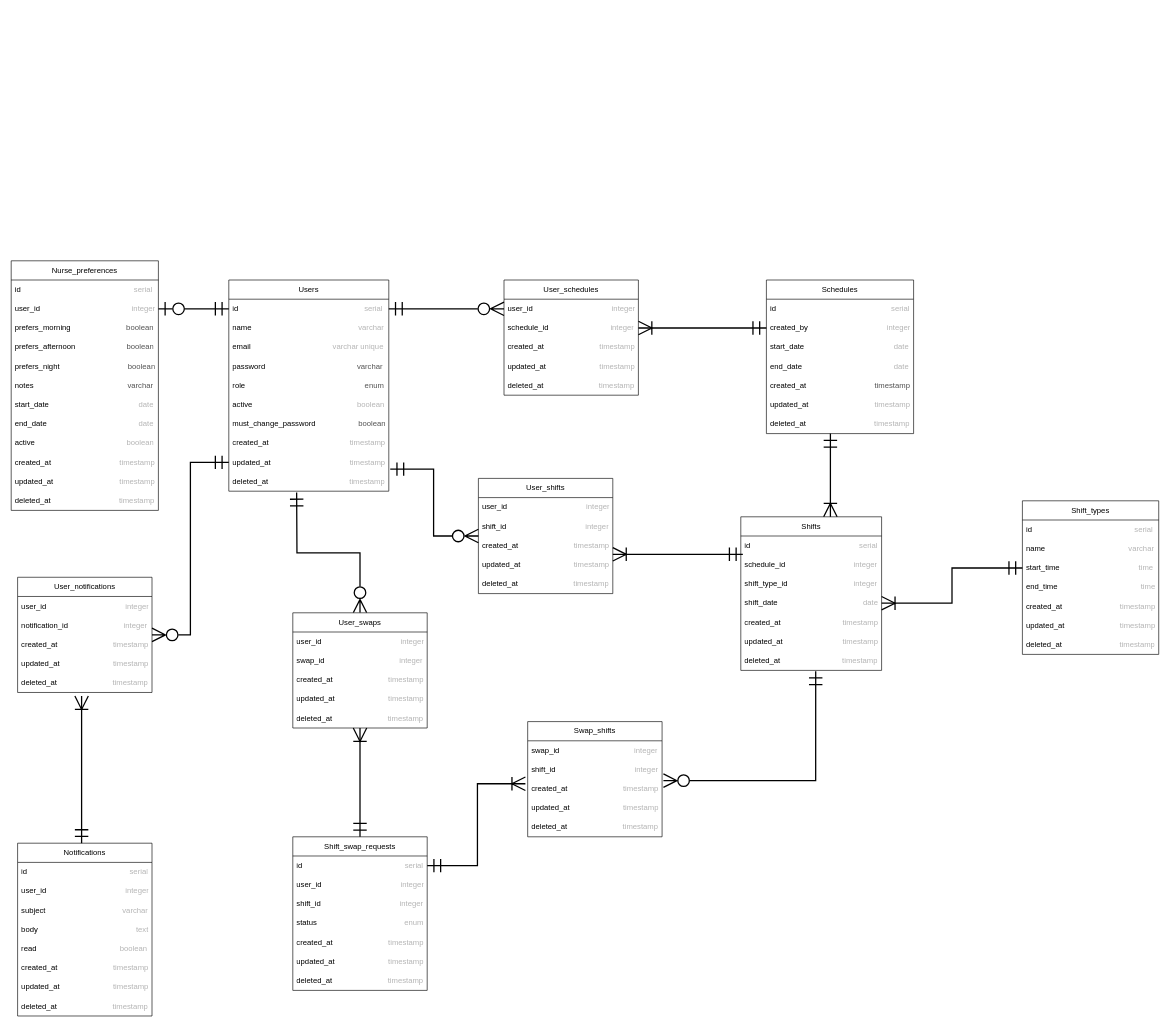
Above: BD PI.drawio in isa17santos/pi-GestaoHorarios-Enfermagem (draw.io), before the change. Source tidied: cells renumbered, new cells numbered last; positions are measured from the earlier drawing's top-left corner, leaving out a move shared by most shapes. Both pictures are drawn from the tidied source at 64%, with x=0, y=0 at pixel (11, 260).
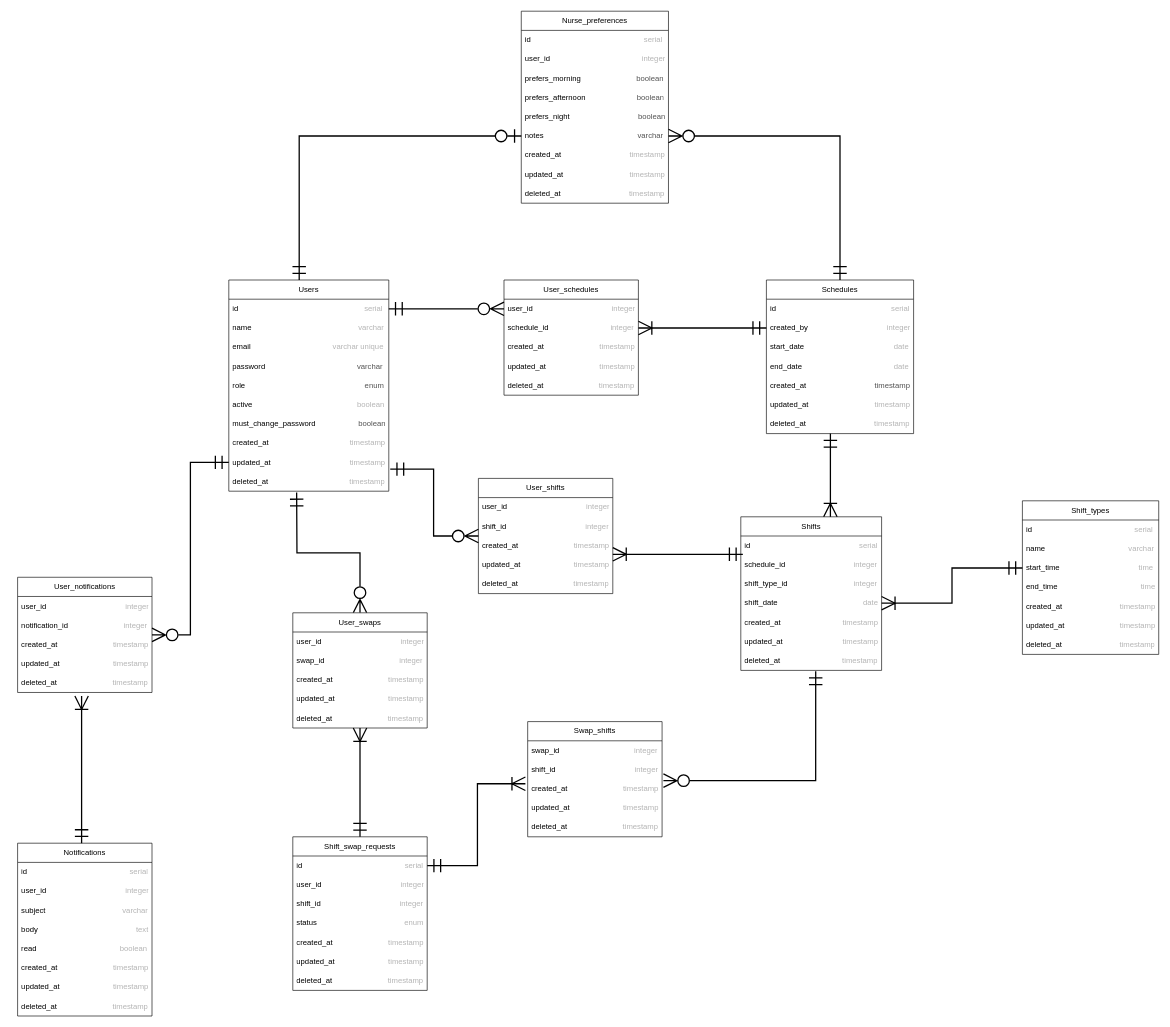
Above is the later version.

Commit message:
PROJ-16 Correcao BD

Unchanged cells that the change refers to:
```xml
<mxCell id="2" value="Users" style="swimlane;fontStyle=0;horizontal=1;startSize=30;whiteSpace=wrap;html=1;direction=east;" parent="1" vertex="1">
  <mxGeometry x="340" y="30" width="250" height="330" as="geometry" />
</mxCell>
<mxCell id="3" value="id&amp;nbsp; &amp;nbsp; &amp;nbsp; &amp;nbsp; &amp;nbsp; &amp;nbsp; &amp;nbsp; &amp;nbsp; &amp;nbsp; &amp;nbsp; &amp;nbsp; &amp;nbsp; &amp;nbsp; &amp;nbsp; &amp;nbsp; &amp;nbsp; &amp;nbsp; &amp;nbsp; &amp;nbsp; &amp;nbsp; &amp;nbsp; &amp;nbsp; &amp;nbsp; &amp;nbsp; &amp;nbsp; &amp;nbsp; &amp;nbsp; &amp;nbsp; &amp;nbsp; &amp;nbsp;&lt;span style=&quot;color: rgb(180, 180, 180);&quot;&gt;serial&amp;nbsp;&lt;/span&gt;" style="text;fillColor=none;align=left;verticalAlign=middle;spacingLeft=4;spacingRight=4;overflow=hidden;points=[[0,0.5],[1,0.5]];portConstraint=eastwest;whiteSpace=wrap;html=1;" parent="2" vertex="1">
  <mxGeometry y="30" width="250" height="30" as="geometry" />
</mxCell>
<mxCell id="15" value="user_id&amp;nbsp; &amp;nbsp; &amp;nbsp; &amp;nbsp; &amp;nbsp; &amp;nbsp; &amp;nbsp; &amp;nbsp; &amp;nbsp; &amp;nbsp; &amp;nbsp; &amp;nbsp; &amp;nbsp; &amp;nbsp; &amp;nbsp; &amp;nbsp; &amp;nbsp; &amp;nbsp; &amp;nbsp; &amp;nbsp; &amp;nbsp; &amp;nbsp;&lt;span style=&quot;color: rgb(180, 180, 180);&quot;&gt;integer&lt;/span&gt;" style="text;strokeColor=none;fillColor=none;align=left;verticalAlign=middle;spacingLeft=4;spacingRight=4;overflow=hidden;points=[[0,0.5],[1,0.5]];portConstraint=eastwest;whiteSpace=wrap;html=1;" parent="13" vertex="1">
  <mxGeometry y="60" width="230" height="30" as="geometry" />
</mxCell>
<mxCell id="19" value="notes&amp;nbsp; &amp;nbsp; &amp;nbsp; &amp;nbsp; &amp;nbsp; &amp;nbsp; &amp;nbsp; &amp;nbsp; &amp;nbsp; &amp;nbsp; &amp;nbsp; &amp;nbsp; &amp;nbsp; &amp;nbsp; &amp;nbsp; &amp;nbsp; &amp;nbsp; &amp;nbsp; &amp;nbsp; &amp;nbsp; &amp;nbsp; &amp;nbsp;&amp;nbsp;&lt;span&gt;&lt;font style=&quot;color: light-dark(rgb(82, 82, 82), rgb(82, 82, 82));&quot;&gt;varchar&amp;nbsp;&lt;/font&gt;&lt;/span&gt;" style="text;strokeColor=none;fillColor=none;align=left;verticalAlign=middle;spacingLeft=4;spacingRight=4;overflow=hidden;points=[[0,0.5],[1,0.5]];portConstraint=eastwest;whiteSpace=wrap;html=1;" parent="13" vertex="1">
  <mxGeometry y="180" width="230" height="30" as="geometry" />
</mxCell>
<mxCell id="34" value="Schedules" style="swimlane;fontStyle=0;horizontal=1;startSize=30;whiteSpace=wrap;html=1;direction=east;" parent="1" vertex="1">
  <mxGeometry x="1180" y="30" width="230" height="240" as="geometry" />
</mxCell>
```

The edit, as a diff of the source:
```diff
@@
     <mxCell id="13" value="Nurse_preferences" style="swimlane;fontStyle=0;horizontal=1;startSize=30;whiteSpace=wrap;html=1;direction=east;" parent="1" vertex="1">
-      <mxGeometry width="230" height="390" as="geometry" />
+      <mxGeometry x="797" y="-390" width="230" height="300" as="geometry" />
     </mxCell>
@@
-    <mxCell id="20" value="start_date&amp;nbsp; &amp;nbsp; &amp;nbsp; &amp;nbsp; &amp;nbsp; &amp;nbsp; &amp;nbsp; &amp;nbsp; &amp;nbsp; &amp;nbsp; &amp;nbsp; &amp;nbsp; &amp;nbsp; &amp;nbsp; &amp;nbsp; &amp;nbsp; &amp;nbsp; &amp;nbsp; &amp;nbsp; &amp;nbsp; &amp;nbsp; &lt;span style=&quot;color: rgb(180, 180, 180);&quot;&gt;date&lt;/span&gt;" style="text;strokeColor=none;fillColor=none;align=left;verticalAlign=middle;spacingLeft=4;spacingRight=4;overflow=hidden;whiteSpace=wrap;html=1;" parent="13" vertex="1">
-      <mxGeometry y="210" width="230" height="30" as="geometry" />
-    </mxCell>
-    <mxCell id="21" value="end_date&amp;nbsp; &amp;nbsp; &amp;nbsp; &amp;nbsp; &amp;nbsp; &amp;nbsp; &amp;nbsp; &amp;nbsp; &amp;nbsp; &amp;nbsp; &amp;nbsp; &amp;nbsp; &amp;nbsp; &amp;nbsp; &amp;nbsp; &amp;nbsp; &amp;nbsp; &amp;nbsp; &amp;nbsp; &amp;nbsp; &amp;nbsp; &amp;nbsp;&lt;span style=&quot;color: rgb(180, 180, 180);&quot;&gt;date&lt;/span&gt;" style="text;strokeColor=none;fillColor=none;align=left;verticalAlign=middle;spacingLeft=4;spacingRight=4;overflow=hidden;whiteSpace=wrap;html=1;" parent="13" vertex="1">
-      <mxGeometry y="240" width="230" height="30" as="geometry" />
-    </mxCell>
-    <mxCell id="22" value="active&amp;nbsp; &amp;nbsp; &amp;nbsp; &amp;nbsp; &amp;nbsp; &amp;nbsp; &amp;nbsp; &amp;nbsp; &amp;nbsp; &amp;nbsp; &amp;nbsp; &amp;nbsp; &amp;nbsp; &amp;nbsp; &amp;nbsp; &amp;nbsp; &amp;nbsp; &amp;nbsp; &amp;nbsp; &amp;nbsp; &amp;nbsp; &amp;nbsp;&lt;span style=&quot;color: rgb(180, 180, 180);&quot;&gt;boolean&lt;/span&gt;" style="text;strokeColor=none;fillColor=none;align=left;verticalAlign=middle;spacingLeft=4;spacingRight=4;overflow=hidden;whiteSpace=wrap;html=1;" parent="13" vertex="1">
-      <mxGeometry y="270" width="230" height="30" as="geometry" />
-    </mxCell>
     <mxCell id="23" value="created_at&amp;nbsp; &amp;nbsp; &amp;nbsp; &amp;nbsp; &amp;nbsp; &amp;nbsp; &amp;nbsp; &amp;nbsp; &amp;nbsp; &amp;nbsp; &amp;nbsp; &amp;nbsp; &amp;nbsp; &amp;nbsp; &amp;nbsp; &amp;nbsp;&amp;nbsp;&lt;span style=&quot;color: rgb(180, 180, 180);&quot;&gt;timestamp&lt;/span&gt;" style="text;strokeColor=none;fillColor=none;align=left;verticalAlign=middle;spacingLeft=4;spacingRight=4;overflow=hidden;whiteSpace=wrap;html=1;" parent="13" vertex="1">
-      <mxGeometry y="300" width="230" height="30" as="geometry" />
+      <mxGeometry y="210" width="230" height="30" as="geometry" />
     </mxCell>
     <mxCell id="24" value="updated_at&amp;nbsp; &amp;nbsp; &amp;nbsp; &amp;nbsp; &amp;nbsp; &amp;nbsp; &amp;nbsp; &amp;nbsp; &amp;nbsp; &amp;nbsp; &amp;nbsp; &amp;nbsp; &amp;nbsp; &amp;nbsp; &amp;nbsp; &amp;nbsp;&lt;span style=&quot;color: rgb(180, 180, 180);&quot;&gt;timestamp&lt;/span&gt;" style="text;strokeColor=none;fillColor=none;align=left;verticalAlign=middle;spacingLeft=4;spacingRight=4;overflow=hidden;whiteSpace=wrap;html=1;" parent="13" vertex="1">
-      <mxGeometry y="330" width="230" height="30" as="geometry" />
+      <mxGeometry y="240" width="230" height="30" as="geometry" />
     </mxCell>
     <mxCell id="25" value="deleted_at&amp;nbsp; &amp;nbsp; &amp;nbsp; &amp;nbsp; &amp;nbsp; &amp;nbsp; &amp;nbsp; &amp;nbsp; &amp;nbsp; &amp;nbsp; &amp;nbsp; &amp;nbsp; &amp;nbsp; &amp;nbsp; &amp;nbsp; &amp;nbsp; &lt;span style=&quot;color: rgb(180, 180, 180);&quot;&gt;timestamp&lt;/span&gt;" style="text;strokeColor=none;fillColor=none;align=left;verticalAlign=middle;spacingLeft=4;spacingRight=4;overflow=hidden;whiteSpace=wrap;html=1;" parent="13" vertex="1">
-      <mxGeometry y="360" width="230" height="30" as="geometry" />
+      <mxGeometry y="270" width="230" height="30" as="geometry" />
     </mxCell>
@@
-    <mxCell id="68" style="rounded=0;jettySize=auto;html=1;exitX=1;exitY=0.5;exitDx=0;exitDy=0;entryX=0;entryY=0.5;entryDx=0;entryDy=0;endArrow=ERmandOne;endFill=0;elbow=vertical;startArrow=ERzeroToOne;startFill=0;strokeColor=light-dark(#000000,#FFFFFF);sourcePerimeterSpacing=0;targetPerimeterSpacing=0;startSize=18;endSize=18;strokeWidth=2;" parent="1" edge="1" source="15" target="3">
-      <mxGeometry relative="1" as="geometry" />
+    <mxCell id="68" style="rounded=0;jettySize=auto;html=1;exitX=0;exitY=0.5;exitDx=0;exitDy=0;entryX=0.44;entryY=0;entryDx=0;entryDy=0;endArrow=ERmandOne;endFill=0;elbow=vertical;startArrow=ERzeroToOne;startFill=0;strokeColor=light-dark(#000000,#FFFFFF);sourcePerimeterSpacing=0;targetPerimeterSpacing=0;startSize=18;endSize=18;strokeWidth=2;entryPerimeter=0;" parent="1" edge="1" source="19" target="2">
+      <mxGeometry relative="1" as="geometry">
+        <Array as="points">
+          <mxPoint x="450" y="-195" />
+        </Array>
+      </mxGeometry>
     </mxCell>
@@
+    <mxCell id="110" style="edgeStyle=orthogonalEdgeStyle;rounded=0;jettySize=auto;html=1;exitX=1;exitY=0.5;exitDx=0;exitDy=0;entryX=0.5;entryY=0;entryDx=0;entryDy=0;strokeWidth=2;strokeColor=default;endArrow=ERmandOne;endFill=0;endSize=18;startArrow=ERzeroToMany;startFill=0;startSize=18;" parent="1" edge="1" source="19" target="34">
+      <mxGeometry relative="1" as="geometry" />
+    </mxCell>
```
